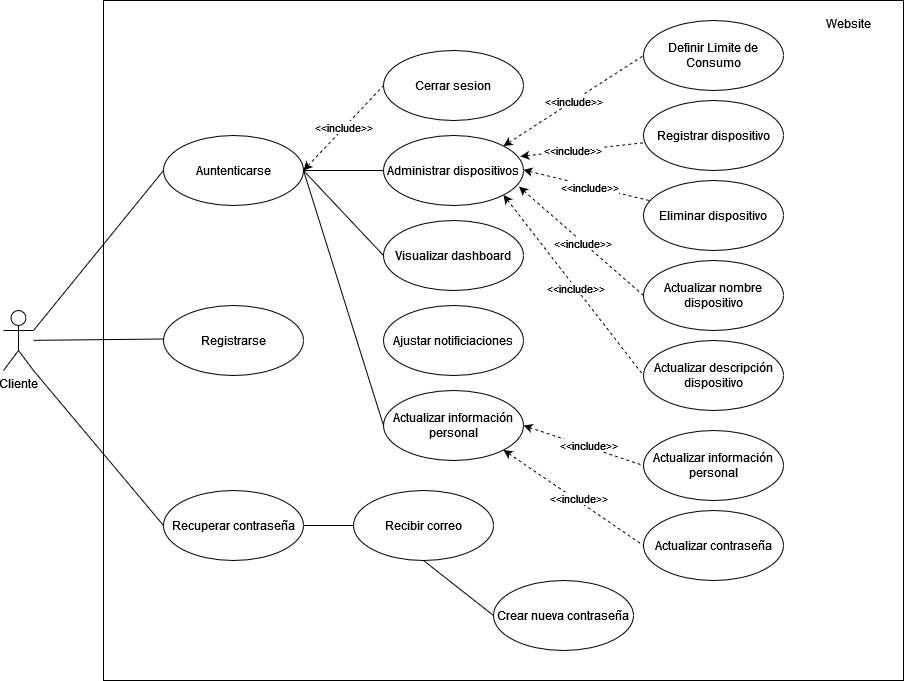
This is Fase 2/Evidencias Grupales/Diagramas/Vista Escenarios/DiagramaCasoDeUsosWeb.png from Nanito111/CAPSTONE_002D, a draw.io export, as it was before one commit. Source tidied: cells renumbered, new cells last; positions are measured from the earlier drawing's top-left corner, leaving out a move shared by most shapes. The source it was exported from:
```xml
<mxGraphModel>
  <root>
    <mxCell id="0" />
    <mxCell id="1" parent="0" />
    <mxCell id="2" style="rounded=0;jettySize=auto;html=1;entryX=0;entryY=0.5;entryDx=0;entryDy=0;endArrow=none;endFill=0;exitX=1;exitY=1;exitDx=0;exitDy=0;exitPerimeter=0;" parent="1" edge="1" source="4" target="8">
      <mxGeometry relative="1" as="geometry" />
    </mxCell>
    <mxCell id="3" style="rounded=0;jettySize=auto;html=1;entryX=0;entryY=0.5;entryDx=0;entryDy=0;exitX=1;exitY=0.3333333333333333;exitDx=0;exitDy=0;exitPerimeter=0;endArrow=none;endFill=0;" parent="1" edge="1" source="4" target="10">
      <mxGeometry relative="1" as="geometry" />
    </mxCell>
    <mxCell id="4" value="Cliente" style="shape=umlActor;verticalLabelPosition=bottom;verticalAlign=top;html=1;" parent="1" vertex="1">
      <mxGeometry y="310" width="30" height="60" as="geometry" />
    </mxCell>
    <mxCell id="5" style="swimlane;startSize=0;" parent="1" vertex="1">
      <mxGeometry x="100" width="800" height="680" as="geometry" />
    </mxCell>
    <mxCell id="6" value="Website" style="text;html=1;align=center;verticalAlign=middle;strokeColor=none;fillColor=none;" parent="5" vertex="1">
      <mxGeometry x="710" y="8" width="70" height="30" as="geometry" />
    </mxCell>
    <mxCell id="7" style="edgeStyle=orthogonalEdgeStyle;rounded=0;jettySize=auto;html=1;endArrow=none;endFill=0;" parent="5" edge="1" source="8" target="42">
      <mxGeometry relative="1" as="geometry" />
    </mxCell>
    <mxCell id="8" value="Recuperar contraseña" style="ellipse;whiteSpace=wrap;html=1;" parent="5" vertex="1">
      <mxGeometry x="60" y="490" width="140" height="70" as="geometry" />
    </mxCell>
    <mxCell id="9" style="edgeStyle=orthogonalEdgeStyle;rounded=0;jettySize=auto;html=1;entryX=0;entryY=0.5;entryDx=0;entryDy=0;endArrow=none;endFill=0;" parent="5" edge="1" source="10" target="23">
      <mxGeometry relative="1" as="geometry" />
    </mxCell>
    <mxCell id="10" value="Auntenticarse" style="ellipse;whiteSpace=wrap;html=1;noLabel=0;" parent="5" vertex="1">
      <mxGeometry x="60" y="135" width="140" height="70" as="geometry" />
    </mxCell>
    <mxCell id="11" value="Registrar dispositivo" style="ellipse;whiteSpace=wrap;html=1;" parent="5" vertex="1">
      <mxGeometry x="540" y="100" width="140" height="70" as="geometry" />
    </mxCell>
    <mxCell id="12" value="Eliminar dispositivo" style="ellipse;whiteSpace=wrap;html=1;" parent="5" vertex="1">
      <mxGeometry x="540" y="180" width="140" height="70" as="geometry" />
    </mxCell>
    <mxCell id="13" style="rounded=0;jettySize=auto;html=1;entryX=0;entryY=0.5;entryDx=0;entryDy=0;dashed=1;startArrow=classic;startFill=1;endArrow=none;endFill=0;exitX=1;exitY=1;exitDx=0;exitDy=0;" parent="5" edge="1" source="16" target="17">
      <mxGeometry relative="1" as="geometry" />
    </mxCell>
    <mxCell id="14" value="&amp;lt;&amp;lt;include&amp;gt;&amp;gt;" style="edgeLabel;html=1;align=center;verticalAlign=middle;" parent="13" vertex="1">
      <mxGeometry x="0.05" y="2" relative="1" as="geometry" />
    </mxCell>
    <mxCell id="15" style="rounded=0;jettySize=auto;html=1;entryX=1;entryY=0.5;entryDx=0;entryDy=0;flowAnimation=0;shadow=0;jumpStyle=none;exitX=0;exitY=0.5;exitDx=0;exitDy=0;elbow=vertical;endArrow=none;endFill=0;" parent="5" edge="1" source="16" target="10">
      <mxGeometry relative="1" as="geometry" />
    </mxCell>
    <mxCell id="16" value="Actualizar información personal" style="ellipse;whiteSpace=wrap;html=1;" parent="5" vertex="1">
      <mxGeometry x="280" y="390" width="140" height="70" as="geometry" />
    </mxCell>
    <mxCell id="17" value="Actualizar contraseña" style="ellipse;whiteSpace=wrap;html=1;" parent="5" vertex="1">
      <mxGeometry x="540" y="510" width="140" height="70" as="geometry" />
    </mxCell>
    <mxCell id="18" style="rounded=0;jettySize=auto;html=1;dashed=1;startArrow=classic;startFill=1;endArrow=none;endFill=0;exitX=0.978;exitY=0.298;exitDx=0;exitDy=0;exitPerimeter=0;" parent="5" edge="1" source="23" target="11">
      <mxGeometry relative="1" as="geometry" />
    </mxCell>
    <mxCell id="19" value="&amp;lt;&amp;lt;include&amp;gt;&amp;gt;" style="edgeLabel;html=1;align=center;verticalAlign=middle;" parent="18" vertex="1">
      <mxGeometry x="-0.17" y="1" relative="1" as="geometry" />
    </mxCell>
    <mxCell id="20" style="rounded=0;jettySize=auto;html=1;dashed=1;startArrow=classic;startFill=1;endArrow=none;endFill=0;exitX=0.999;exitY=0.491;exitDx=0;exitDy=0;exitPerimeter=0;" parent="5" edge="1" source="23" target="12">
      <mxGeometry relative="1" as="geometry" />
    </mxCell>
    <mxCell id="21" value="&amp;lt;&amp;lt;include&amp;gt;&amp;gt;" style="edgeLabel;html=1;align=center;verticalAlign=middle;" parent="20" vertex="1">
      <mxGeometry x="0.02" y="-1" relative="1" as="geometry" />
    </mxCell>
    <mxCell id="22" value="&amp;lt;&amp;lt;include&amp;gt;&amp;gt;" style="rounded=0;jettySize=auto;html=1;entryX=0;entryY=0.5;entryDx=0;entryDy=0;dashed=1;startArrow=classic;startFill=1;endArrow=none;endFill=0;exitX=1;exitY=0;exitDx=0;exitDy=0;" parent="5" edge="1" source="23" target="24">
      <mxGeometry relative="1" as="geometry" />
    </mxCell>
    <mxCell id="23" value="Administrar dispositivos" style="ellipse;whiteSpace=wrap;html=1;" parent="5" vertex="1">
      <mxGeometry x="280" y="135" width="140" height="70" as="geometry" />
    </mxCell>
    <mxCell id="24" value="Definir Limite de Consumo" style="ellipse;whiteSpace=wrap;html=1;" parent="5" vertex="1">
      <mxGeometry x="540" y="20" width="140" height="70" as="geometry" />
    </mxCell>
    <mxCell id="25" value="Ajustar notificiaciones" style="ellipse;whiteSpace=wrap;html=1;" parent="5" vertex="1">
      <mxGeometry x="280" y="305" width="140" height="70" as="geometry" />
    </mxCell>
    <mxCell id="26" value="&lt;div&gt;Cerrar sesion&lt;/div&gt;" style="ellipse;whiteSpace=wrap;html=1;noLabel=0;" parent="5" vertex="1">
      <mxGeometry x="280" y="50" width="140" height="70" as="geometry" />
    </mxCell>
    <mxCell id="27" value="Actualizar información personal" style="ellipse;whiteSpace=wrap;html=1;" parent="5" vertex="1">
      <mxGeometry x="540" y="430" width="140" height="70" as="geometry" />
    </mxCell>
    <mxCell id="28" value="&amp;lt;&amp;lt;include&amp;gt;&amp;gt;" style="rounded=0;jettySize=auto;html=1;entryX=0;entryY=0.5;entryDx=0;entryDy=0;dashed=1;startArrow=classic;startFill=1;endArrow=none;endFill=0;exitX=1;exitY=0.5;exitDx=0;exitDy=0;" parent="5" edge="1" source="10" target="26">
      <mxGeometry relative="1" as="geometry" />
    </mxCell>
    <mxCell id="29" style="rounded=0;jettySize=auto;html=1;entryX=1;entryY=0.5;entryDx=0;entryDy=0;exitX=0;exitY=0.5;exitDx=0;exitDy=0;endArrow=none;endFill=0;" parent="5" edge="1" source="30" target="10">
      <mxGeometry relative="1" as="geometry" />
    </mxCell>
    <mxCell id="30" value="Visualizar dashboard" style="ellipse;whiteSpace=wrap;html=1;" parent="5" vertex="1">
      <mxGeometry x="280" y="220" width="140" height="70" as="geometry" />
    </mxCell>
    <mxCell id="31" style="rounded=0;jettySize=auto;html=1;entryX=0;entryY=0.5;entryDx=0;entryDy=0;dashed=1;startArrow=classic;startFill=1;endArrow=none;endFill=0;exitX=1;exitY=0.5;exitDx=0;exitDy=0;" parent="5" edge="1" source="16" target="27">
      <mxGeometry relative="1" as="geometry" />
    </mxCell>
    <mxCell id="32" value="&amp;lt;&amp;lt;include&amp;gt;&amp;gt;" style="edgeLabel;html=1;align=center;verticalAlign=middle;" parent="31" vertex="1">
      <mxGeometry x="0.05" y="2" relative="1" as="geometry" />
    </mxCell>
    <mxCell id="33" value="Actualizar nombre dispositivo" style="ellipse;whiteSpace=wrap;html=1;" parent="5" vertex="1">
      <mxGeometry x="540" y="260" width="140" height="70" as="geometry" />
    </mxCell>
    <mxCell id="34" style="rounded=0;jettySize=auto;html=1;dashed=1;startArrow=classic;startFill=1;endArrow=none;endFill=0;exitX=0.968;exitY=0.731;exitDx=0;exitDy=0;entryX=0;entryY=0.5;entryDx=0;entryDy=0;exitPerimeter=0;" parent="5" edge="1" source="23" target="33">
      <mxGeometry relative="1" as="geometry" />
    </mxCell>
    <mxCell id="35" value="&amp;lt;&amp;lt;include&amp;gt;&amp;gt;" style="edgeLabel;html=1;align=center;verticalAlign=middle;" parent="34" vertex="1">
      <mxGeometry x="0.02" y="-1" relative="1" as="geometry" />
    </mxCell>
    <mxCell id="36" value="Actualizar descripción dispositivo" style="ellipse;whiteSpace=wrap;html=1;" parent="5" vertex="1">
      <mxGeometry x="540" y="340" width="140" height="70" as="geometry" />
    </mxCell>
    <mxCell id="37" style="rounded=0;jettySize=auto;html=1;dashed=1;startArrow=classic;startFill=1;endArrow=none;endFill=0;exitX=1;exitY=1;exitDx=0;exitDy=0;entryX=0;entryY=0.5;entryDx=0;entryDy=0;" parent="5" edge="1" source="23" target="36">
      <mxGeometry relative="1" as="geometry" />
    </mxCell>
    <mxCell id="38" value="&amp;lt;&amp;lt;include&amp;gt;&amp;gt;" style="edgeLabel;html=1;align=center;verticalAlign=middle;" parent="37" vertex="1">
      <mxGeometry x="0.02" y="-1" relative="1" as="geometry" />
    </mxCell>
    <mxCell id="39" value="Registrarse" style="ellipse;whiteSpace=wrap;html=1;" parent="5" vertex="1">
      <mxGeometry x="60" y="305" width="140" height="70" as="geometry" />
    </mxCell>
    <mxCell id="40" style="rounded=0;jettySize=auto;html=1;entryX=0;entryY=0.5;entryDx=0;entryDy=0;endArrow=none;endFill=0;" parent="5" edge="1" source="4">
      <mxGeometry relative="1" as="geometry">
        <mxPoint x="60" y="338.5" as="targetPoint" />
      </mxGeometry>
    </mxCell>
    <mxCell id="41" style="rounded=0;jettySize=auto;html=1;entryX=0;entryY=0.5;entryDx=0;entryDy=0;endArrow=none;endFill=0;exitX=0.5;exitY=1;exitDx=0;exitDy=0;" parent="5" edge="1" source="42" target="43">
      <mxGeometry relative="1" as="geometry" />
    </mxCell>
    <mxCell id="42" value="Recibir correo" style="ellipse;whiteSpace=wrap;html=1;" parent="5" vertex="1">
      <mxGeometry x="250" y="490" width="140" height="70" as="geometry" />
    </mxCell>
    <mxCell id="43" value="Crear nueva contraseña" style="ellipse;whiteSpace=wrap;html=1;" parent="5" vertex="1">
      <mxGeometry x="390" y="580" width="140" height="70" as="geometry" />
    </mxCell>
  </root>
</mxGraphModel>
```
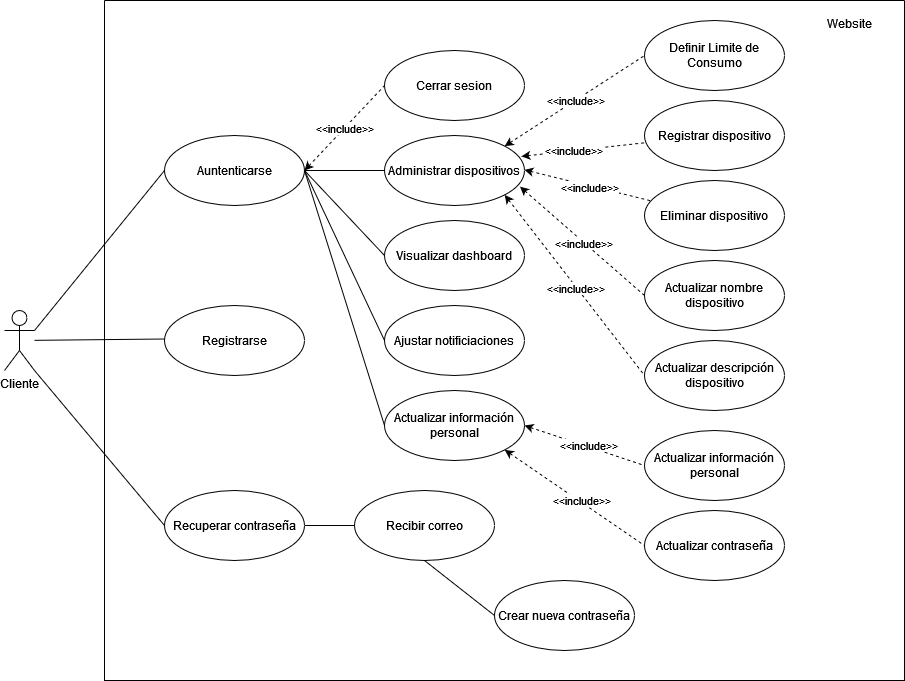
The same diagram one commit later.

Commit message:
FIX: Diagramas casos de uso

The edit, as a diff of the source:
```diff
@@ -130,5 +130,8 @@
     <mxCell id="43" value="Crear nueva contraseña" style="ellipse;whiteSpace=wrap;html=1;" parent="5" vertex="1">
       <mxGeometry x="390" y="580" width="140" height="70" as="geometry" />
     </mxCell>
+    <mxCell id="44" style="rounded=0;jettySize=auto;html=1;entryX=1;entryY=0.5;entryDx=0;entryDy=0;flowAnimation=0;shadow=0;jumpStyle=none;exitX=0;exitY=0.5;exitDx=0;exitDy=0;elbow=vertical;endArrow=none;endFill=0;" parent="5" edge="1" source="25" target="10">
+      <mxGeometry relative="1" as="geometry" />
+    </mxCell>
   </root>
 </mxGraphModel>
```
